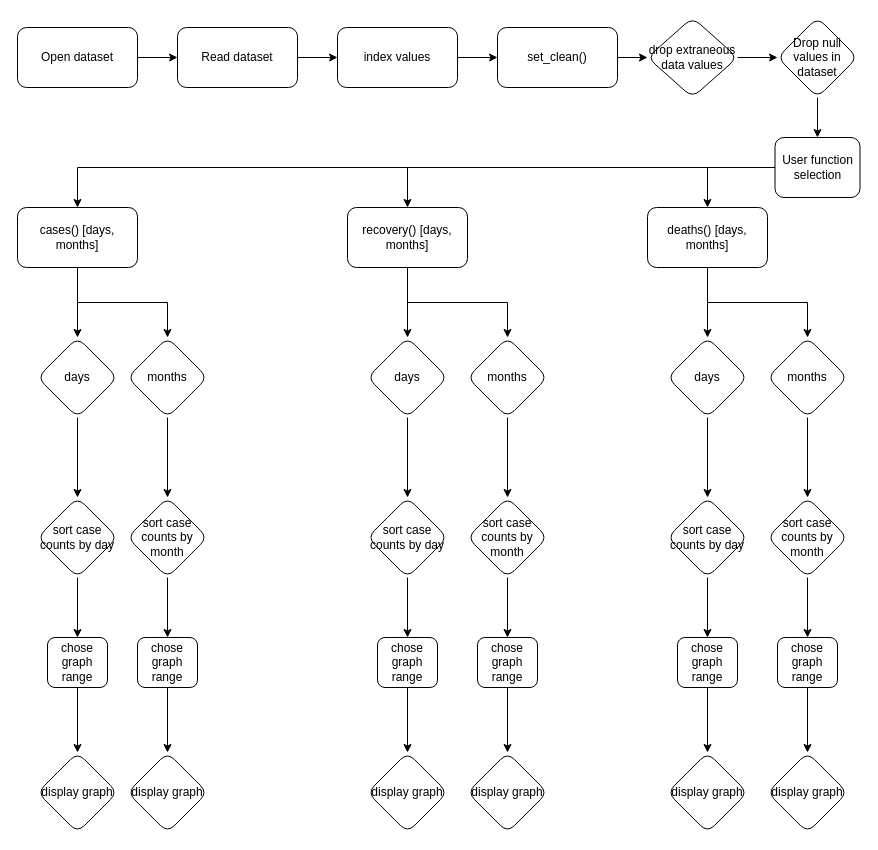
burgermanBrown/INST126_Project4_COVID_Tracker keeps this draw.io diagram as Project Flowchart.drawio. Above is the earlier version. Source tidied: cells renumbered, new cells numbered last; positions are measured from the earlier drawing's top-left corner, leaving out a move shared by most shapes. Both pictures are drawn from the tidied source at 100%, with x=0, y=0 at pixel (17, 17).
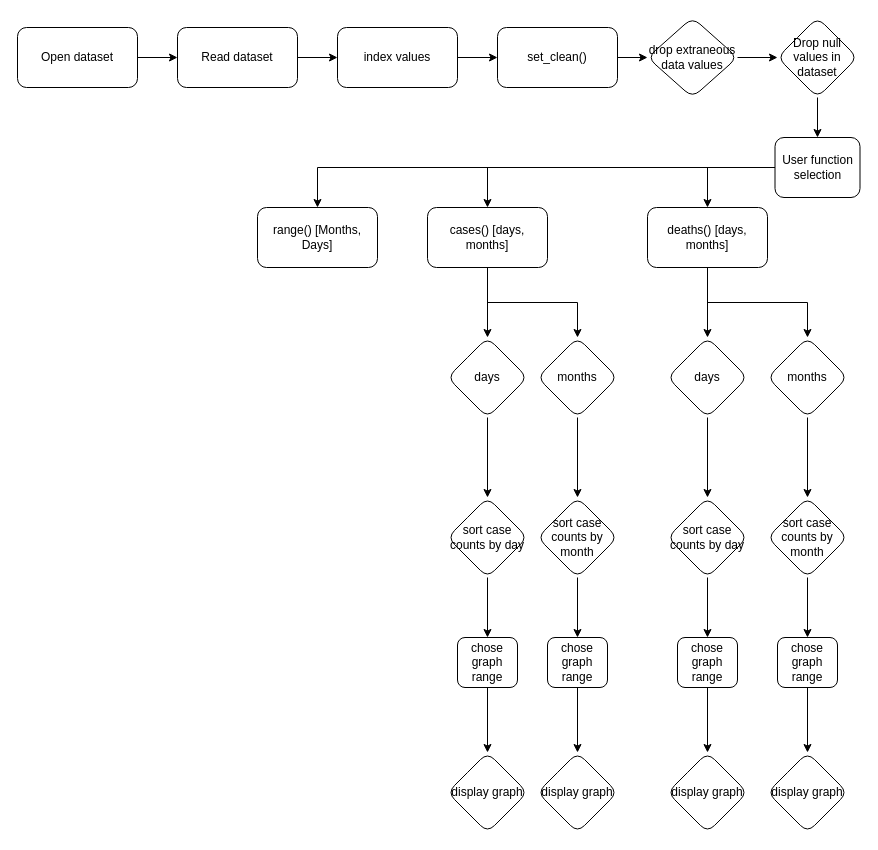
The same diagram, later.

Unchanged cells that the change refers to:
```xml
<mxCell id="17" value="User function selection" style="whiteSpace=wrap;html=1;rounded=1;" parent="1" vertex="1">
  <mxGeometry x="757.5" y="120" width="85" height="60" as="geometry" />
</mxCell>
```

Change to the diagram source:
```diff
@@
-    <mxCell id="16" style="edgeStyle=orthogonalEdgeStyle;rounded=0;jettySize=auto;html=1;" parent="1" edge="1" source="17" target="26">
-      <mxGeometry relative="1" as="geometry" />
-    </mxCell>
+    <mxCell id="69" style="edgeStyle=orthogonalEdgeStyle;rounded=0;jettySize=auto;html=1;" parent="1" edge="1" source="17" target="70">
+      <mxGeometry relative="1" as="geometry" />
+    </mxCell>
@@
     <mxCell id="20" value="cases() [days, months]" style="whiteSpace=wrap;html=1;rounded=1;" parent="1" vertex="1">
-      <mxGeometry y="190" width="120" height="60" as="geometry" />
+      <mxGeometry x="410" y="190" width="120" height="60" as="geometry" />
     </mxCell>
@@
-    <mxCell id="24" style="edgeStyle=orthogonalEdgeStyle;rounded=0;jettySize=auto;html=1;" parent="1" edge="1" source="26" target="32">
-      <mxGeometry relative="1" as="geometry" />
-    </mxCell>
-    <mxCell id="25" style="edgeStyle=orthogonalEdgeStyle;rounded=0;jettySize=auto;html=1;" parent="1" edge="1" source="26" target="34">
-      <mxGeometry relative="1" as="geometry" />
-    </mxCell>
-    <mxCell id="26" value="recovery() [days, months]" style="whiteSpace=wrap;html=1;rounded=1;" parent="1" vertex="1">
-      <mxGeometry x="330" y="190" width="120" height="60" as="geometry" />
-    </mxCell>
@@
     <mxCell id="28" value="days" style="rhombus;whiteSpace=wrap;html=1;rounded=1;" parent="1" vertex="1">
-      <mxGeometry x="20" y="320" width="80" height="80" as="geometry" />
+      <mxGeometry x="430" y="320" width="80" height="80" as="geometry" />
     </mxCell>
@@
     <mxCell id="30" value="months" style="rhombus;whiteSpace=wrap;html=1;rounded=1;" parent="1" vertex="1">
-      <mxGeometry x="110" y="320" width="80" height="80" as="geometry" />
+      <mxGeometry x="520" y="320" width="80" height="80" as="geometry" />
     </mxCell>
-    <mxCell id="31" style="edgeStyle=orthogonalEdgeStyle;rounded=0;jettySize=auto;html=1;" parent="1" edge="1" source="32" target="48">
-      <mxGeometry relative="1" as="geometry" />
-    </mxCell>
-    <mxCell id="32" value="days" style="rhombus;whiteSpace=wrap;html=1;rounded=1;" parent="1" vertex="1">
-      <mxGeometry x="350" y="320" width="80" height="80" as="geometry" />
-    </mxCell>
-    <mxCell id="33" style="edgeStyle=orthogonalEdgeStyle;rounded=0;jettySize=auto;html=1;" parent="1" edge="1" source="34" target="44">
-      <mxGeometry relative="1" as="geometry" />
-    </mxCell>
-    <mxCell id="34" value="months" style="rhombus;whiteSpace=wrap;html=1;rounded=1;" parent="1" vertex="1">
-      <mxGeometry x="450" y="320" width="80" height="80" as="geometry" />
-    </mxCell>
@@
     <mxCell id="40" value="sort case counts by day" style="rhombus;whiteSpace=wrap;html=1;rounded=1;" parent="1" vertex="1">
-      <mxGeometry x="20" y="480" width="80" height="80" as="geometry" />
+      <mxGeometry x="430" y="480" width="80" height="80" as="geometry" />
     </mxCell>
@@
     <mxCell id="42" value="&lt;div&gt;sort case counts by month&lt;/div&gt;" style="rhombus;whiteSpace=wrap;html=1;rounded=1;" parent="1" vertex="1">
-      <mxGeometry x="110" y="480" width="80" height="80" as="geometry" />
+      <mxGeometry x="520" y="480" width="80" height="80" as="geometry" />
     </mxCell>
-    <mxCell id="43" style="edgeStyle=orthogonalEdgeStyle;rounded=0;jettySize=auto;html=1;" parent="1" edge="1" source="44" target="58">
-      <mxGeometry relative="1" as="geometry" />
-    </mxCell>
-    <mxCell id="44" value="&lt;div&gt;sort case counts by month&lt;/div&gt;" style="rhombus;whiteSpace=wrap;html=1;rounded=1;" parent="1" vertex="1">
-      <mxGeometry x="450" y="480" width="80" height="80" as="geometry" />
-    </mxCell>
@@
-    <mxCell id="47" style="edgeStyle=orthogonalEdgeStyle;rounded=0;jettySize=auto;html=1;" parent="1" edge="1" source="48" target="56">
-      <mxGeometry relative="1" as="geometry" />
-    </mxCell>
-    <mxCell id="48" value="sort case counts by day" style="rhombus;whiteSpace=wrap;html=1;rounded=1;" parent="1" vertex="1">
-      <mxGeometry x="350" y="480" width="80" height="80" as="geometry" />
-    </mxCell>
@@
     <mxCell id="52" value="chose graph range" style="whiteSpace=wrap;html=1;rounded=1;" parent="1" vertex="1">
-      <mxGeometry x="30" y="620" width="60" height="50" as="geometry" />
+      <mxGeometry x="440" y="620" width="60" height="50" as="geometry" />
     </mxCell>
@@
     <mxCell id="54" value="chose graph range" style="whiteSpace=wrap;html=1;rounded=1;" parent="1" vertex="1">
-      <mxGeometry x="120" y="620" width="60" height="50" as="geometry" />
+      <mxGeometry x="530" y="620" width="60" height="50" as="geometry" />
     </mxCell>
-    <mxCell id="55" style="edgeStyle=orthogonalEdgeStyle;rounded=0;jettySize=auto;html=1;" parent="1" edge="1" source="56" target="65">
-      <mxGeometry relative="1" as="geometry" />
-    </mxCell>
-    <mxCell id="56" value="chose graph range" style="whiteSpace=wrap;html=1;rounded=1;" parent="1" vertex="1">
-      <mxGeometry x="360" y="620" width="60" height="50" as="geometry" />
-    </mxCell>
-    <mxCell id="57" style="edgeStyle=orthogonalEdgeStyle;rounded=0;jettySize=auto;html=1;" parent="1" edge="1" source="58" target="66">
-      <mxGeometry relative="1" as="geometry" />
-    </mxCell>
-    <mxCell id="58" value="chose graph range" style="whiteSpace=wrap;html=1;rounded=1;" parent="1" vertex="1">
-      <mxGeometry x="460" y="620" width="60" height="50" as="geometry" />
-    </mxCell>
@@
     <mxCell id="63" value="display graph" style="rhombus;whiteSpace=wrap;html=1;rounded=1;" parent="1" vertex="1">
-      <mxGeometry x="20" y="735" width="80" height="80" as="geometry" />
+      <mxGeometry x="430" y="735" width="80" height="80" as="geometry" />
     </mxCell>
     <mxCell id="64" value="display graph" style="rhombus;whiteSpace=wrap;html=1;rounded=1;" parent="1" vertex="1">
-      <mxGeometry x="110" y="735" width="80" height="80" as="geometry" />
+      <mxGeometry x="520" y="735" width="80" height="80" as="geometry" />
     </mxCell>
-    <mxCell id="65" value="display graph" style="rhombus;whiteSpace=wrap;html=1;rounded=1;" parent="1" vertex="1">
-      <mxGeometry x="350" y="735" width="80" height="80" as="geometry" />
-    </mxCell>
-    <mxCell id="66" value="display graph" style="rhombus;whiteSpace=wrap;html=1;rounded=1;" parent="1" vertex="1">
-      <mxGeometry x="450" y="735" width="80" height="80" as="geometry" />
-    </mxCell>
@@
+    <mxCell id="70" value="range() [Months, Days]" style="whiteSpace=wrap;html=1;rounded=1;" parent="1" vertex="1">
+      <mxGeometry x="240" y="190" width="120" height="60" as="geometry" />
+    </mxCell>
```
